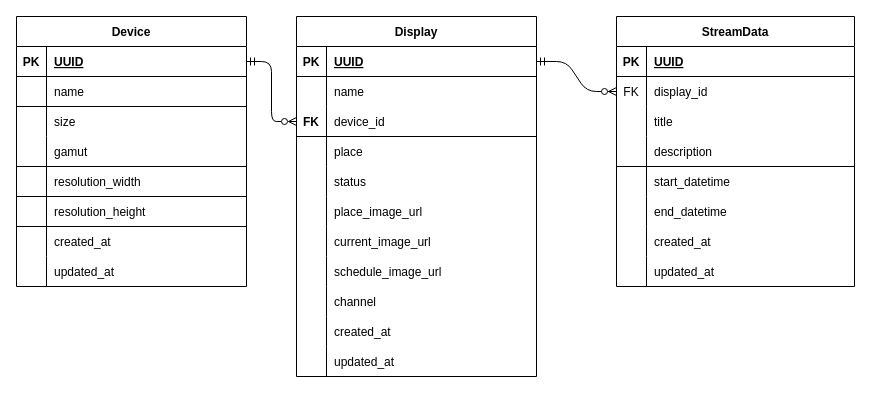
Before: display_er_model.drawio in monosparta/borrow_meetingroom_display, a draw.io diagram. Source tidied: cells renumbered, new cells numbered last; positions are measured from the earlier drawing's top-left corner, leaving out a move shared by most shapes. Both pictures are drawn from the tidied source at 100%, with x=0, y=0 at pixel (16, 16).
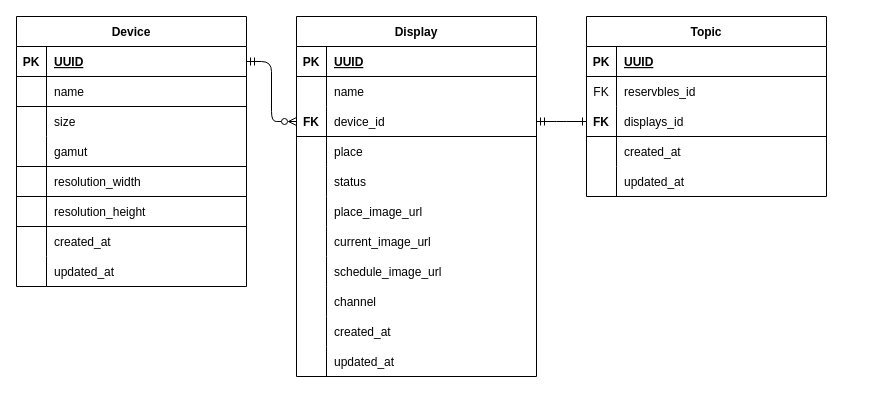
Above is the later version.

Commit message:
fix: Stream Data Table取消，新增Topic table

The change refers to these unchanged cells:
```xml
<mxCell id="28" style="shape=tableRow;horizontal=0;startSize=0;swimlaneHead=0;swimlaneBody=0;fillColor=none;points=[[0,0.5],[1,0.5]];portConstraint=eastwest;top=0;left=0;right=0;bottom=1;fontColor=default;" parent="27" vertex="1">
  <mxGeometry y="30" width="240" height="30" as="geometry" />
</mxCell>
<mxCell id="34" style="shape=tableRow;horizontal=0;startSize=0;swimlaneHead=0;swimlaneBody=0;fillColor=none;points=[[0,0.5],[1,0.5]];portConstraint=eastwest;top=0;left=0;right=0;bottom=1;fontColor=default;" parent="27" vertex="1">
  <mxGeometry y="90" width="240" height="30" as="geometry" />
</mxCell>
```

Diff of the diagram source:
```diff
@@
-    <mxCell id="2" value="StreamData" style="shape=table;startSize=30;childLayout=tableLayout;rowLines=0;fontStyle=1;align=center;fontColor=default;" parent="1" vertex="1">
-      <mxGeometry x="600" width="238" height="270" as="geometry" />
-    </mxCell>
-    <mxCell id="3" style="shape=tableRow;horizontal=0;startSize=0;swimlaneHead=0;swimlaneBody=0;fillColor=none;top=0;left=0;right=0;bottom=1;fontColor=default;" parent="2" vertex="1">
-      <mxGeometry y="30" width="238" height="30" as="geometry" />
-    </mxCell>
-    <mxCell id="4" value="PK" style="shape=partialRectangle;fillColor=none;top=0;left=0;bottom=0;right=0;fontStyle=1;overflow=hidden;fontColor=default;" parent="3" vertex="1">
-      <mxGeometry width="30" height="30" as="geometry" />
-    </mxCell>
-    <mxCell id="5" value="UUID" style="shape=partialRectangle;fillColor=none;top=0;left=0;bottom=0;right=0;align=left;spacingLeft=6;fontStyle=5;overflow=hidden;fontColor=default;" parent="3" vertex="1">
-      <mxGeometry x="30" width="208" height="30" as="geometry" />
-    </mxCell>
-    <mxCell id="6" style="shape=tableRow;horizontal=0;startSize=0;swimlaneHead=0;swimlaneBody=0;fillColor=none;points=[[0,0.5],[1,0.5]];portConstraint=eastwest;top=0;left=0;right=0;bottom=0;fontColor=default;" parent="2" vertex="1">
-      <mxGeometry y="60" width="238" height="30" as="geometry" />
-    </mxCell>
-    <mxCell id="7" value="FK" style="shape=partialRectangle;fillColor=none;top=0;left=0;bottom=0;right=0;overflow=hidden;fontColor=default;" parent="6" vertex="1">
-      <mxGeometry width="30" height="30" as="geometry" />
-    </mxCell>
-    <mxCell id="8" value="display_id" style="shape=partialRectangle;fillColor=none;top=0;left=0;bottom=0;right=0;align=left;spacingLeft=6;overflow=hidden;fontColor=default;fontStyle=0;" parent="6" vertex="1">
-      <mxGeometry x="30" width="208" height="30" as="geometry" />
-    </mxCell>
-    <mxCell id="9" style="shape=tableRow;horizontal=0;startSize=0;swimlaneHead=0;swimlaneBody=0;fillColor=none;top=0;left=0;right=0;bottom=0;fontColor=default;" parent="2" vertex="1">
-      <mxGeometry y="90" width="238" height="30" as="geometry" />
-    </mxCell>
-    <mxCell id="10" style="shape=partialRectangle;fillColor=none;top=0;left=0;bottom=0;right=0;overflow=hidden;fontColor=default;" parent="9" vertex="1">
-      <mxGeometry width="30" height="30" as="geometry" />
-    </mxCell>
-    <mxCell id="11" value="title" style="shape=partialRectangle;fillColor=none;top=0;left=0;bottom=0;right=0;align=left;spacingLeft=6;overflow=hidden;fontColor=default;" parent="9" vertex="1">
-      <mxGeometry x="30" width="208" height="30" as="geometry" />
-    </mxCell>
-    <mxCell id="12" style="shape=tableRow;horizontal=0;startSize=0;swimlaneHead=0;swimlaneBody=0;fillColor=none;top=0;left=0;right=0;bottom=1;fontColor=default;" parent="2" vertex="1">
-      <mxGeometry y="120" width="238" height="30" as="geometry" />
-    </mxCell>
-    <mxCell id="13" style="shape=partialRectangle;fillColor=none;top=0;left=0;bottom=0;right=0;fontStyle=1;overflow=hidden;fontColor=default;" parent="12" vertex="1">
-      <mxGeometry width="30" height="30" as="geometry" />
-    </mxCell>
-    <mxCell id="14" value="description" style="shape=partialRectangle;fillColor=none;top=0;left=0;bottom=0;right=0;align=left;spacingLeft=6;fontStyle=0;overflow=hidden;fontColor=default;" parent="12" vertex="1">
-      <mxGeometry x="30" width="208" height="30" as="geometry" />
-    </mxCell>
-    <mxCell id="15" style="shape=tableRow;horizontal=0;startSize=0;swimlaneHead=0;swimlaneBody=0;fillColor=none;top=0;left=0;right=0;bottom=0;fontColor=default;" parent="2" vertex="1">
-      <mxGeometry y="150" width="238" height="30" as="geometry" />
-    </mxCell>
-    <mxCell id="16" style="shape=partialRectangle;fillColor=none;top=0;left=0;bottom=0;right=0;overflow=hidden;fontColor=default;" parent="15" vertex="1">
-      <mxGeometry width="30" height="30" as="geometry" />
-    </mxCell>
-    <mxCell id="17" value="start_datetime" style="shape=partialRectangle;fillColor=none;top=0;left=0;bottom=0;right=0;align=left;spacingLeft=6;overflow=hidden;fontColor=default;" parent="15" vertex="1">
-      <mxGeometry x="30" width="208" height="30" as="geometry" />
-    </mxCell>
-    <mxCell id="18" style="shape=tableRow;horizontal=0;startSize=0;swimlaneHead=0;swimlaneBody=0;fillColor=none;top=0;left=0;right=0;bottom=0;fontColor=default;" parent="2" vertex="1">
-      <mxGeometry y="180" width="238" height="30" as="geometry" />
-    </mxCell>
-    <mxCell id="19" style="shape=partialRectangle;fillColor=none;top=0;left=0;bottom=0;right=0;overflow=hidden;fontColor=default;" parent="18" vertex="1">
-      <mxGeometry width="30" height="30" as="geometry" />
-    </mxCell>
-    <mxCell id="20" value="end_datetime" style="shape=partialRectangle;fillColor=none;top=0;left=0;bottom=0;right=0;align=left;spacingLeft=6;overflow=hidden;fontColor=default;" parent="18" vertex="1">
-      <mxGeometry x="30" width="208" height="30" as="geometry" />
-    </mxCell>
-    <mxCell id="21" style="shape=tableRow;horizontal=0;startSize=0;swimlaneHead=0;swimlaneBody=0;fillColor=none;top=0;left=0;right=0;bottom=0;fontColor=default;" parent="2" vertex="1">
-      <mxGeometry y="210" width="238" height="30" as="geometry" />
-    </mxCell>
-    <mxCell id="22" style="shape=partialRectangle;fillColor=none;top=0;left=0;bottom=0;right=0;overflow=hidden;fontColor=default;" parent="21" vertex="1">
-      <mxGeometry width="30" height="30" as="geometry" />
-    </mxCell>
-    <mxCell id="23" value="created_at" style="shape=partialRectangle;fillColor=none;top=0;left=0;bottom=0;right=0;align=left;spacingLeft=6;overflow=hidden;fontColor=default;" parent="21" vertex="1">
-      <mxGeometry x="30" width="208" height="30" as="geometry" />
-    </mxCell>
-    <mxCell id="24" style="shape=tableRow;horizontal=0;startSize=0;swimlaneHead=0;swimlaneBody=0;fillColor=none;top=0;left=0;right=0;bottom=0;fontColor=default;" parent="2" vertex="1">
-      <mxGeometry y="240" width="238" height="30" as="geometry" />
-    </mxCell>
-    <mxCell id="25" style="shape=partialRectangle;fillColor=none;top=0;left=0;bottom=0;right=0;overflow=hidden;fontColor=default;" parent="24" vertex="1">
-      <mxGeometry width="30" height="30" as="geometry" />
-    </mxCell>
-    <mxCell id="26" value="updated_at" style="shape=partialRectangle;fillColor=none;top=0;left=0;bottom=0;right=0;align=left;spacingLeft=6;overflow=hidden;fontColor=default;" parent="24" vertex="1">
-      <mxGeometry x="30" width="208" height="30" as="geometry" />
-    </mxCell>
@@
-    <mxCell id="61" style="edgeStyle=entityRelationEdgeStyle;fontSize=12;html=1;endArrow=ERzeroToMany;startArrow=ERmandOne;entryX=0;entryY=0.5;entryDx=0;entryDy=0;" parent="1" edge="1" source="28" target="6">
-      <mxGeometry relative="1" as="geometry" />
-    </mxCell>
@@
+    <mxCell id="88" value="Topic" style="shape=table;startSize=30;childLayout=tableLayout;rowLines=0;fontStyle=1;align=center;fontColor=default;" parent="1" vertex="1">
+      <mxGeometry x="570" width="240" height="180" as="geometry" />
+    </mxCell>
+    <mxCell id="89" style="shape=tableRow;horizontal=0;startSize=0;swimlaneHead=0;swimlaneBody=0;fillColor=none;top=0;left=0;right=0;bottom=1;fontColor=default;" parent="88" vertex="1">
+      <mxGeometry y="30" width="240" height="30" as="geometry" />
+    </mxCell>
+    <mxCell id="4" value="PK" style="shape=partialRectangle;fillColor=none;top=0;left=0;bottom=0;right=0;fontStyle=1;overflow=hidden;fontColor=default;" parent="89" vertex="1">
+      <mxGeometry width="30" height="30" as="geometry" />
+    </mxCell>
+    <mxCell id="5" value="UUID" style="shape=partialRectangle;fillColor=none;top=0;left=0;bottom=0;right=0;align=left;spacingLeft=6;fontStyle=5;overflow=hidden;fontColor=default;" parent="89" vertex="1">
+      <mxGeometry x="30" width="210" height="30" as="geometry" />
+    </mxCell>
+    <mxCell id="90" style="shape=tableRow;horizontal=0;startSize=0;swimlaneHead=0;swimlaneBody=0;fillColor=none;top=0;left=0;right=0;bottom=0;fontColor=default;" parent="88" vertex="1">
+      <mxGeometry y="60" width="240" height="30" as="geometry" />
+    </mxCell>
+    <mxCell id="7" value="FK" style="shape=partialRectangle;fillColor=none;top=0;left=0;bottom=0;right=0;overflow=hidden;fontColor=default;" parent="90" vertex="1">
+      <mxGeometry width="30" height="30" as="geometry" />
+    </mxCell>
+    <mxCell id="91" value="reservbles_id" style="shape=partialRectangle;fillColor=none;top=0;left=0;bottom=0;right=0;align=left;spacingLeft=6;overflow=hidden;fontColor=default;" parent="90" vertex="1">
+      <mxGeometry x="30" width="210" height="30" as="geometry" />
+    </mxCell>
+    <mxCell id="92" style="shape=tableRow;horizontal=0;startSize=0;swimlaneHead=0;swimlaneBody=0;fillColor=none;points=[[0,0.5],[1,0.5]];portConstraint=eastwest;top=0;left=0;right=0;bottom=1;fontColor=default;" parent="88" vertex="1">
+      <mxGeometry y="90" width="240" height="30" as="geometry" />
+    </mxCell>
+    <mxCell id="93" value="FK" style="shape=partialRectangle;fillColor=none;top=0;left=0;bottom=0;right=0;fontStyle=1;overflow=hidden;fontColor=default;" parent="92" vertex="1">
+      <mxGeometry width="30" height="30" as="geometry" />
+    </mxCell>
+    <mxCell id="94" value="displays_id" style="shape=partialRectangle;fillColor=none;top=0;left=0;bottom=0;right=0;align=left;spacingLeft=6;fontStyle=0;overflow=hidden;fontColor=default;" parent="92" vertex="1">
+      <mxGeometry x="30" width="210" height="30" as="geometry" />
+    </mxCell>
+    <mxCell id="95" style="shape=tableRow;horizontal=0;startSize=0;swimlaneHead=0;swimlaneBody=0;fillColor=none;top=0;left=0;right=0;bottom=0;fontColor=default;" parent="88" vertex="1">
+      <mxGeometry y="120" width="240" height="30" as="geometry" />
+    </mxCell>
+    <mxCell id="96" style="shape=partialRectangle;fillColor=none;top=0;left=0;bottom=0;right=0;overflow=hidden;fontColor=default;" parent="95" vertex="1">
+      <mxGeometry width="30" height="30" as="geometry" />
+    </mxCell>
+    <mxCell id="23" value="created_at" style="shape=partialRectangle;fillColor=none;top=0;left=0;bottom=0;right=0;align=left;spacingLeft=6;overflow=hidden;strokeColor=#FF0000;fontColor=default;" parent="95" vertex="1">
+      <mxGeometry x="30" width="210" height="30" as="geometry" />
+    </mxCell>
+    <mxCell id="97" style="shape=tableRow;horizontal=0;startSize=0;swimlaneHead=0;swimlaneBody=0;fillColor=none;top=0;left=0;right=0;bottom=0;fontColor=default;" parent="88" vertex="1">
+      <mxGeometry y="150" width="240" height="30" as="geometry" />
+    </mxCell>
+    <mxCell id="98" style="shape=partialRectangle;fillColor=none;top=0;left=0;bottom=0;right=0;overflow=hidden;fontColor=default;" parent="97" vertex="1">
+      <mxGeometry width="30" height="30" as="geometry" />
+    </mxCell>
+    <mxCell id="26" value="updated_at" style="shape=partialRectangle;fillColor=none;top=0;left=0;bottom=0;right=0;align=left;spacingLeft=6;overflow=hidden;strokeColor=#FF0000;fontColor=default;" parent="97" vertex="1">
+      <mxGeometry x="30" width="210" height="30" as="geometry" />
+    </mxCell>
+    <mxCell id="99" style="edgeStyle=entityRelationEdgeStyle;html=1;exitX=1;exitY=0.5;exitDx=0;exitDy=0;entryX=0;entryY=0.5;entryDx=0;entryDy=0;endArrow=ERone;endFill=0;startArrow=ERmandOne;startFill=0;" parent="1" edge="1" source="34" target="92">
+      <mxGeometry relative="1" as="geometry" />
+    </mxCell>
```
